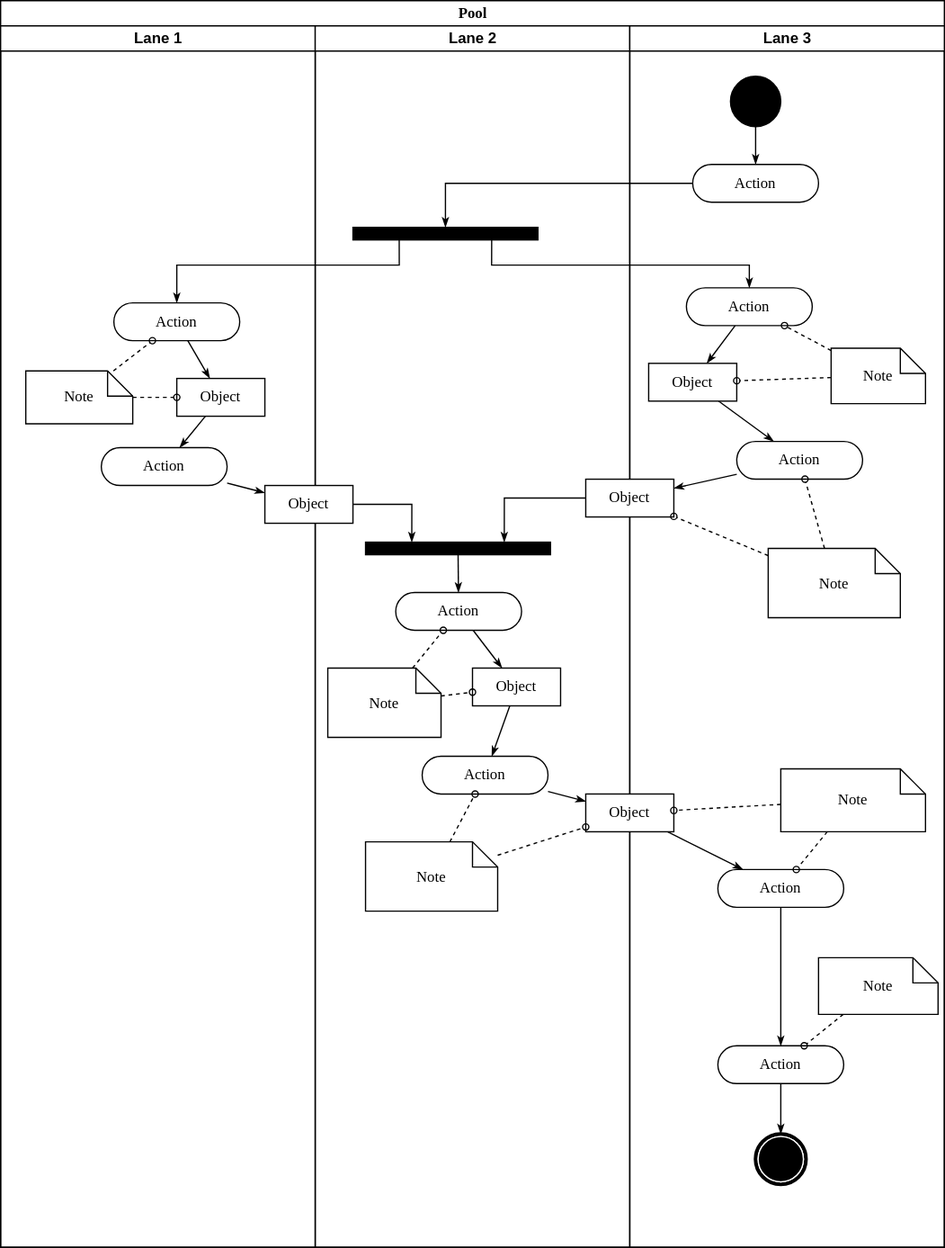
Before: Diagrama-Atividades/Adicionar_Funcionario.svg, a diagram exported from draw.io (wholocked1/Projeto-2-modelagem). Source tidied: cells renumbered, new cells last; positions are measured from the earlier drawing's top-left corner, leaving out a move shared by most shapes.
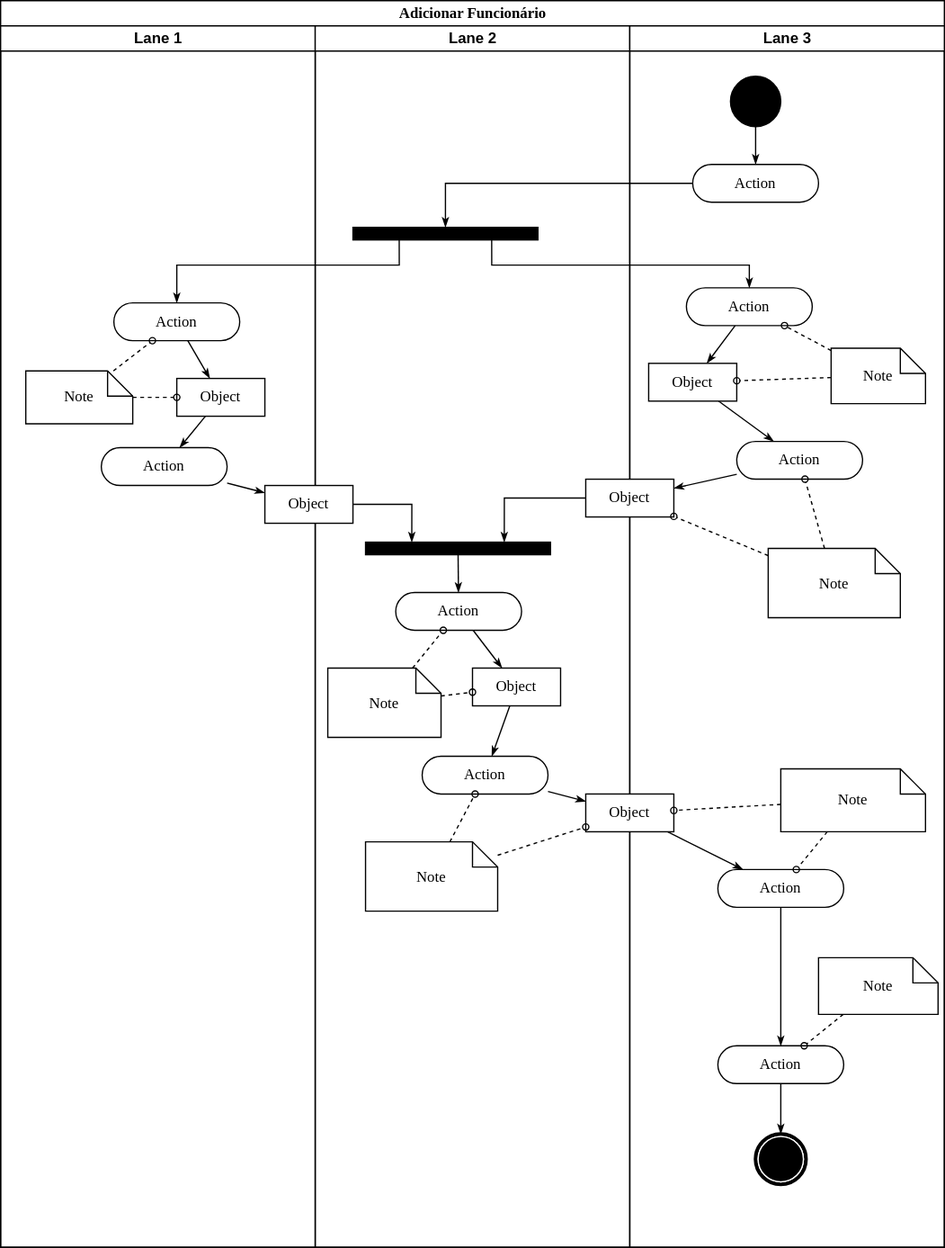
After the change.

The edit, as a diff of the source:
```diff
@@ -2,7 +2,7 @@
   <root>
     <mxCell id="0" />
     <mxCell id="1" parent="0" />
-    <mxCell id="2" value="Pool" style="swimlane;html=1;startSize=20;rounded=0;shadow=0;comic=0;labelBackgroundColor=none;strokeWidth=1;fontFamily=Verdana;fontSize=12;align=center;" parent="1" vertex="1">
+    <mxCell id="2" value="Adicionar Funcionário" style="swimlane;html=1;startSize=20;rounded=0;shadow=0;comic=0;labelBackgroundColor=none;strokeWidth=1;fontFamily=Verdana;fontSize=12;align=center;" parent="1" vertex="1">
       <mxGeometry width="750" height="990" as="geometry" />
     </mxCell>
     <mxCell id="3" value="Lane 1" style="swimlane;html=1;startSize=20;" parent="2" vertex="1">
```
